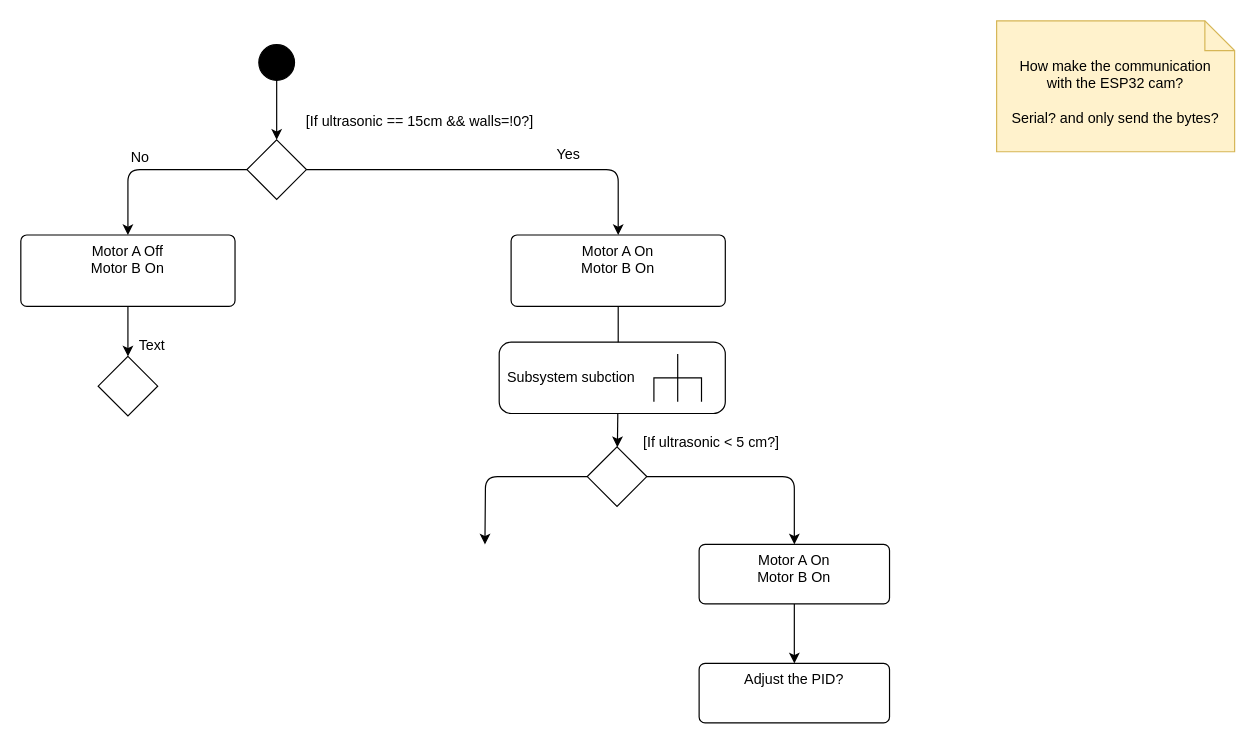
Above: page "Robot Logic" (1 of 3) of main/logicVacuumRobot.drawio in erickchicatto1/esp32Learning (draw.io), before the change. Source tidied: cells renumbered, new cells numbered last; positions are measured from the earlier drawing's top-left corner, leaving out a move shared by most shapes. Both pictures are drawn from the tidied source at 119%, with x=0, y=0 at pixel (20, 20).
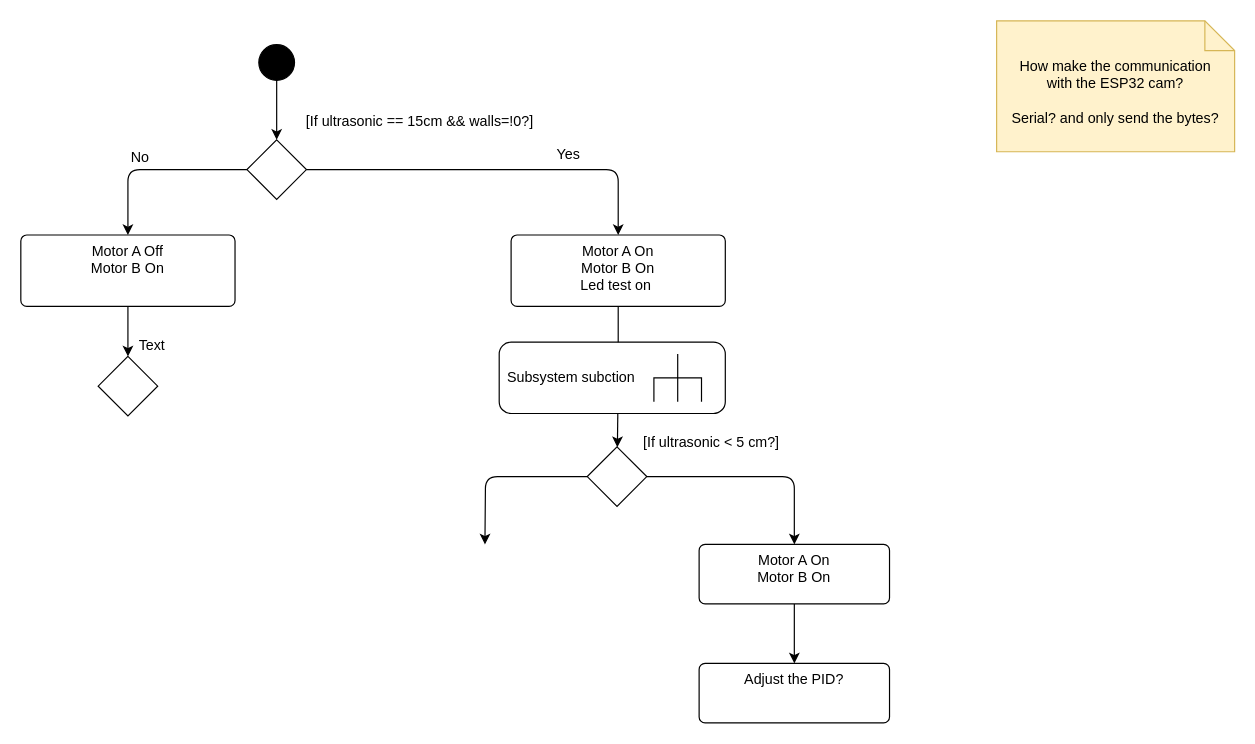
The same diagram, later.

The edit, as a diff of the source:
```diff
@@
-    <mxCell id="9" value="Motor A On&lt;div&gt;Motor B On&lt;/div&gt;" style="html=1;align=center;verticalAlign=top;rounded=1;absoluteArcSize=1;arcSize=10;dashed=0;whiteSpace=wrap;" parent="1" vertex="1">
+    <mxCell id="9" value="Motor A On&lt;div&gt;Motor B On&lt;/div&gt;&lt;div&gt;Led test on&amp;nbsp;&lt;/div&gt;" style="html=1;align=center;verticalAlign=top;rounded=1;absoluteArcSize=1;arcSize=10;dashed=0;whiteSpace=wrap;" parent="1" vertex="1">
       <mxGeometry x="412" y="180" width="180" height="60" as="geometry" />
     </mxCell>
```
